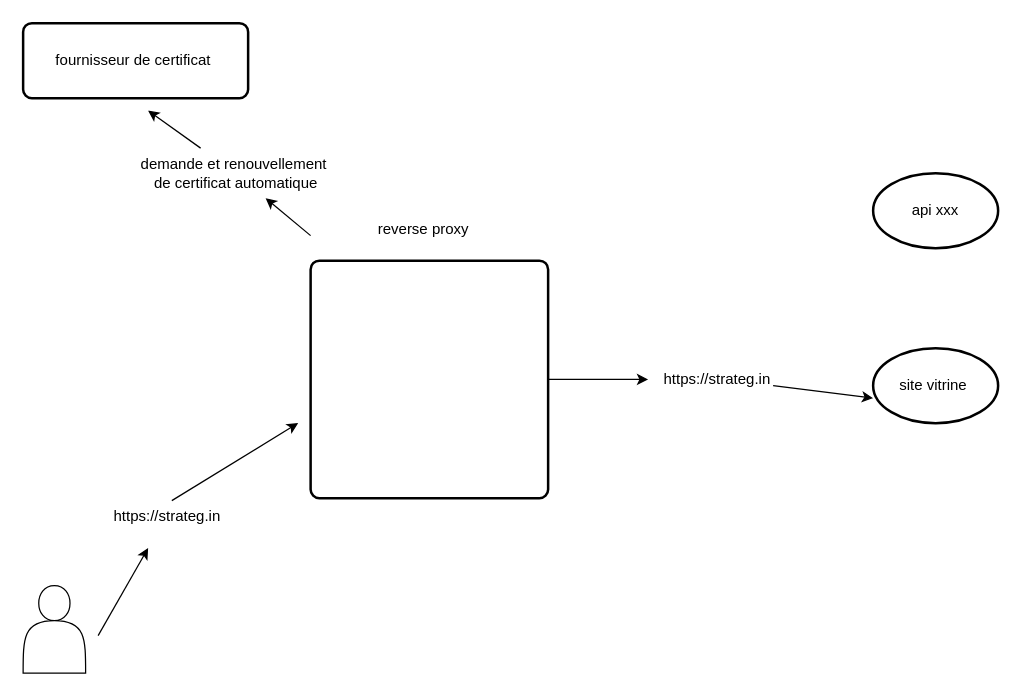
The draw.io diagram Diagramme sans nom.drawio in mabdedou/mabdedou, before the edit. Source tidied: cells renumbered, new cells numbered last; positions are measured from the earlier drawing's top-left corner, leaving out a move shared by most shapes. Both pictures are drawn from the tidied source at 125%, with x=0, y=0 at pixel (22, 22).
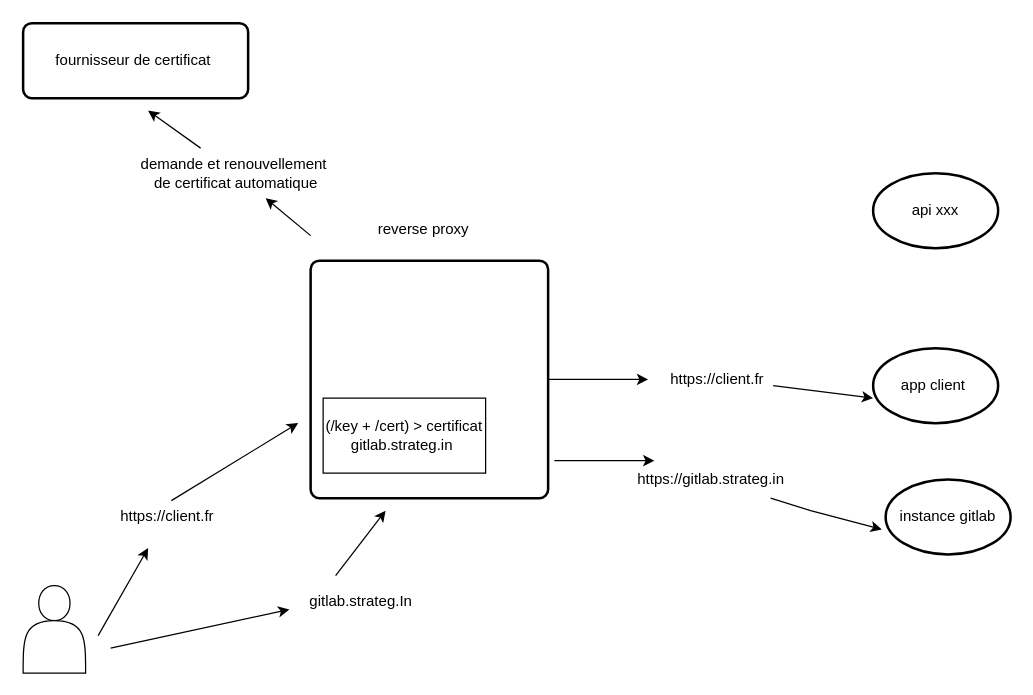
The same diagram, later.

Commit message:
Mettre à jour Diagramme sans nom.drawio

Diff of the diagram source:
```diff
@@
-    <mxCell id="4" value="site vitrine&amp;nbsp;" style="strokeWidth=2;html=1;shape=mxgraph.flowchart.start_1;whiteSpace=wrap;" parent="1" vertex="1">
+    <mxCell id="4" value="app client&amp;nbsp;" style="strokeWidth=2;html=1;shape=mxgraph.flowchart.start_1;whiteSpace=wrap;" parent="1" vertex="1">
       <mxGeometry x="680" y="260" width="100" height="60" as="geometry" />
     </mxCell>
@@
-    <mxCell id="11" value="https://strateg.in" style="text;html=1;align=center;verticalAlign=middle;points=[];strokeColor=none;fillColor=none;" parent="1" vertex="1">
-      <mxGeometry x="60" y="380" width="110" height="30" as="geometry" />
+    <mxCell id="11" value="https://client.fr" style="text;html=1;align=center;verticalAlign=middle;points=[];strokeColor=none;fillColor=none;" parent="1" vertex="1">
+      <mxGeometry x="65" y="380" width="100" height="30" as="geometry" />
     </mxCell>
-    <mxCell id="12" value="https://strateg.in" style="text;html=1;align=center;verticalAlign=middle;strokeColor=none;fillColor=none;" parent="1" vertex="1">
-      <mxGeometry x="500" y="270" width="110" height="30" as="geometry" />
+    <mxCell id="12" value="https://client.fr" style="text;html=1;align=center;verticalAlign=middle;strokeColor=none;fillColor=none;" parent="1" vertex="1">
+      <mxGeometry x="505" y="270" width="100" height="30" as="geometry" />
     </mxCell>
@@
+    <mxCell id="17" value="(/key + /cert) &amp;gt; certificat gitlab.strateg.in&amp;nbsp;" style="rounded=0;whiteSpace=wrap;html=1;" parent="1" vertex="1">
+      <mxGeometry x="240" y="300" width="130" height="60" as="geometry" />
+    </mxCell>
+    <mxCell id="18" value="gitlab.strateg.In" style="text;html=1;align=center;verticalAlign=middle;points=[];strokeColor=none;fillColor=none;" parent="1" vertex="1">
+      <mxGeometry x="215" y="448" width="110" height="30" as="geometry" />
+    </mxCell>
+    <mxCell id="19" value="instance gitlab" style="strokeWidth=2;html=1;shape=mxgraph.flowchart.start_1;whiteSpace=wrap;" parent="1" vertex="1">
+      <mxGeometry x="690" y="365" width="100" height="60" as="geometry" />
+    </mxCell>
+    <mxCell id="20" style="endArrow=classic;html=1;rounded=0;" parent="1" edge="1">
+      <mxGeometry relative="1" as="geometry">
+        <mxPoint x="250" y="442" as="sourcePoint" />
+        <mxPoint x="290" y="390" as="targetPoint" />
+      </mxGeometry>
+    </mxCell>
+    <mxCell id="21" style="endArrow=classic;html=1;rounded=0;exitX=1;exitY=0.5;exitDx=0;exitDy=0;" parent="1" edge="1">
+      <mxGeometry relative="1" as="geometry">
+        <mxPoint x="425" y="350" as="sourcePoint" />
+        <mxPoint x="505" y="350" as="targetPoint" />
+      </mxGeometry>
+    </mxCell>
+    <mxCell id="22" value="https://gitlab.strateg.in" style="text;html=1;align=center;verticalAlign=middle;points=[];strokeColor=none;fillColor=none;" parent="1" vertex="1">
+      <mxGeometry x="480" y="350" width="140" height="30" as="geometry" />
+    </mxCell>
+    <mxCell id="23" style="endArrow=classic;html=1;rounded=0;entryX=-0.03;entryY=0.667;entryDx=0;entryDy=0;entryPerimeter=0;" parent="1" edge="1" source="22" target="19">
+      <mxGeometry relative="1" as="geometry">
+        <Array as="points">
+          <mxPoint x="630" y="390" />
+        </Array>
+      </mxGeometry>
+    </mxCell>
+    <mxCell id="24" style="endArrow=classic;html=1;rounded=0;entryX=-0.018;entryY=0.7;entryDx=0;entryDy=0;entryPerimeter=0;" parent="1" edge="1" target="18">
+      <mxGeometry relative="1" as="geometry">
+        <mxPoint x="70" y="500" as="sourcePoint" />
+      </mxGeometry>
+    </mxCell>
```
